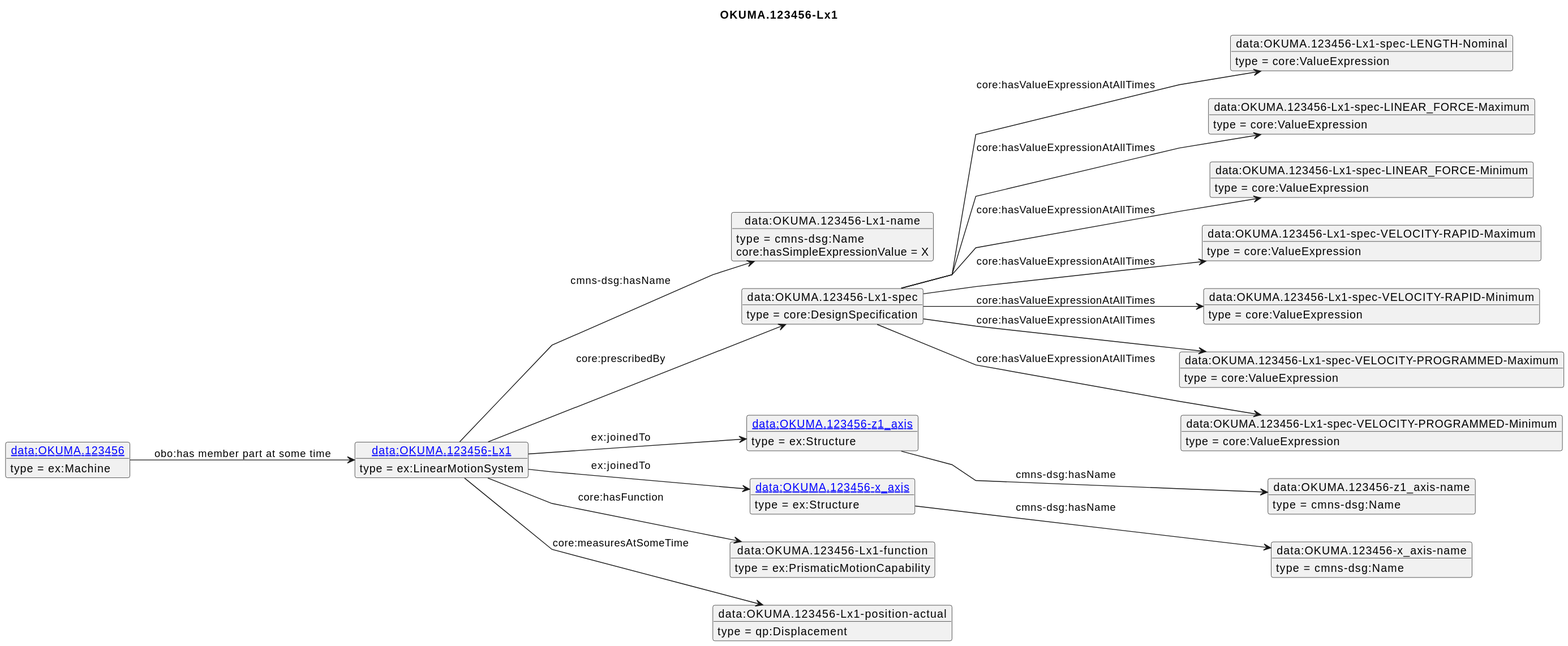
Earlier version of the PlantUML export diagrams/OKUMA.123456-Lx1.svg (iofoundry/example-syseng-mtconnect).
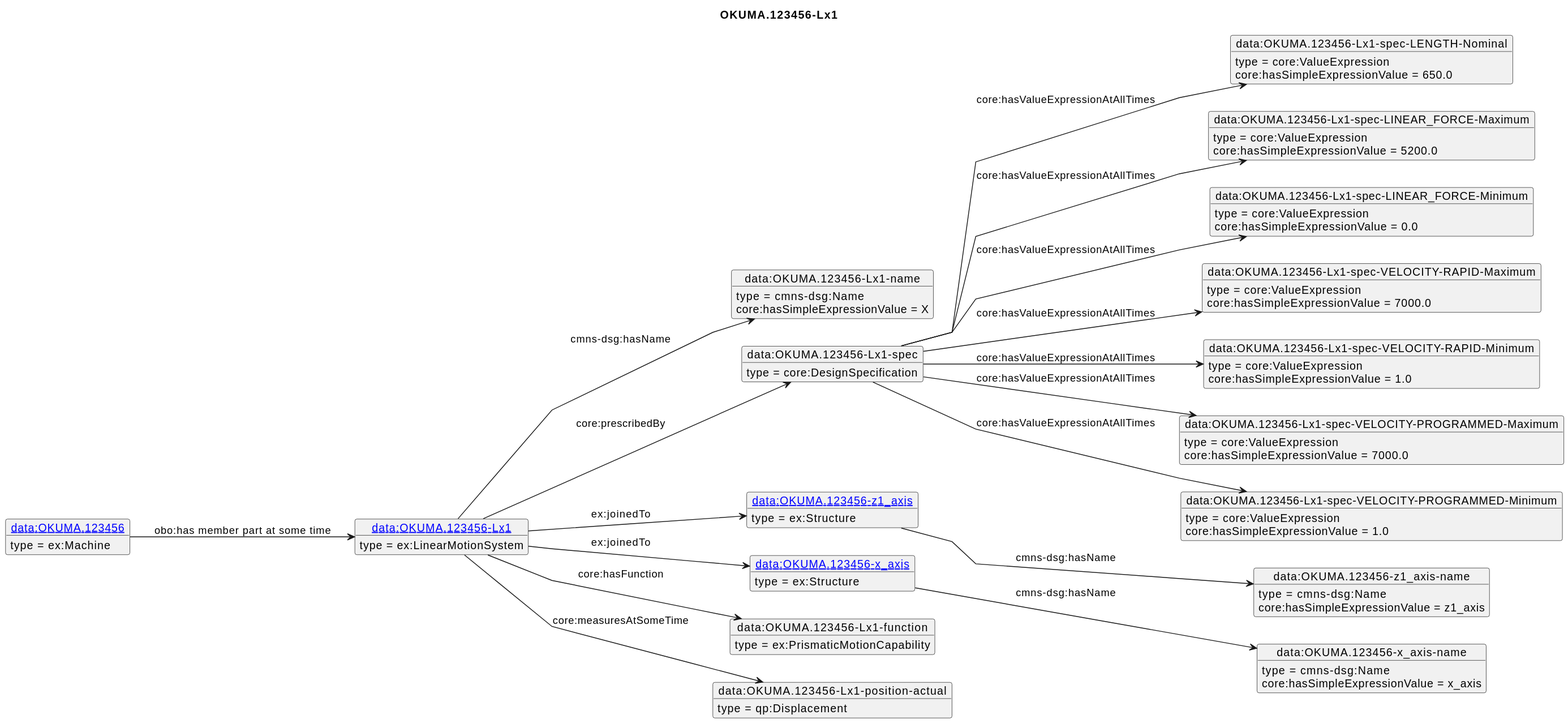
The same diagram one commit later.

Diff of the diagram source:
```diff
@@ -57,16 +57,25 @@
 o2 : core:hasSimpleExpressionValue = X
 o1 --> o3 : core:prescribedBy
 o3 --> o4 : core:hasValueExpressionAtAllTimes
+o4 : core:hasSimpleExpressionValue = 650.0
 o3 --> o5 : core:hasValueExpressionAtAllTimes
+o5 : core:hasSimpleExpressionValue = 5200.0
 o3 --> o6 : core:hasValueExpressionAtAllTimes
+o6 : core:hasSimpleExpressionValue = 0.0
 o3 --> o7 : core:hasValueExpressionAtAllTimes
+o7 : core:hasSimpleExpressionValue = 7000.0
 o3 --> o8 : core:hasValueExpressionAtAllTimes
+o8 : core:hasSimpleExpressionValue = 1.0
 o3 --> o9 : core:hasValueExpressionAtAllTimes
+o9 : core:hasSimpleExpressionValue = 7000.0
 o3 --> o10 : core:hasValueExpressionAtAllTimes
+o10 : core:hasSimpleExpressionValue = 1.0
 o1 --> o11 : ex:joinedTo
 o11 --> o12 : cmns-dsg:hasName
+o12 : core:hasSimpleExpressionValue = z1_axis
 o1 --> o13 : ex:joinedTo
 o13 --> o14 : cmns-dsg:hasName
+o14 : core:hasSimpleExpressionValue = x_axis
 o1 --> o15 : core:hasFunction
 o1 --> o16 : core:measuresAtSomeTime
 o17 --> o1 : obo:has member part at some time
```
